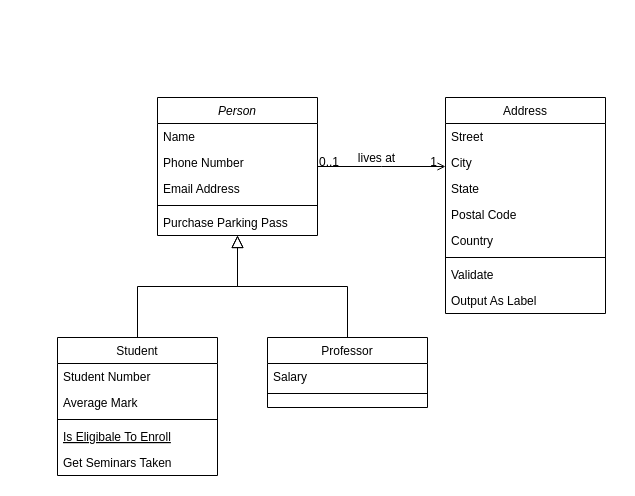
The draw.io diagram Untitled Diagram.drawio in giuliacangani02/Panteologia, before the edit. Source tidied: cells renumbered, new cells numbered last; positions are measured from the earlier drawing's top-left corner, leaving out a move shared by most shapes. Both pictures are drawn from the tidied source at 100%, with x=0, y=0 at pixel (57, 97).
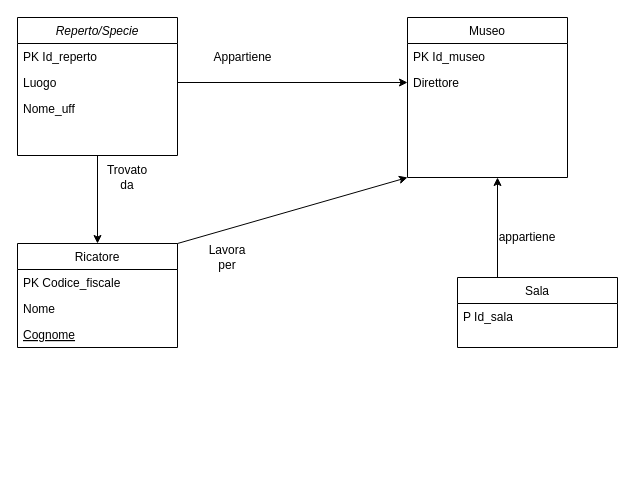
Above is the later version.

The edit, as a diff of the source:
```diff
@@
-    <mxCell id="2" value="Person" style="swimlane;fontStyle=2;align=center;verticalAlign=top;horizontal=1;startSize=26;rounded=0;shadow=0;strokeWidth=1;" parent="1" vertex="1">
-      <mxGeometry x="100" width="160" height="138" as="geometry" />
+    <mxCell id="2" value="Reperto/Specie" style="swimlane;fontStyle=2;align=center;verticalAlign=top;horizontal=1;startSize=26;rounded=0;shadow=0;strokeWidth=1;" parent="1" vertex="1">
+      <mxGeometry x="-40" y="-80" width="160" height="138" as="geometry" />
     </mxCell>
-    <mxCell id="3" value="Name" style="text;align=left;verticalAlign=top;spacingLeft=4;spacingRight=4;overflow=hidden;" parent="2" vertex="1">
+    <mxCell id="3" value="PK Id_reperto" style="text;align=left;verticalAlign=top;spacingLeft=4;spacingRight=4;overflow=hidden;" parent="2" vertex="1">
       <mxGeometry y="26" width="160" height="26" as="geometry" />
     </mxCell>
-    <mxCell id="4" value="Phone Number" style="text;align=left;verticalAlign=top;spacingLeft=4;spacingRight=4;overflow=hidden;points=[[0,0.5],[1,0.5]];portConstraint=eastwest;rounded=0;shadow=0;html=0;" parent="2" vertex="1">
+    <mxCell id="4" value="Luogo" style="text;align=left;verticalAlign=top;spacingLeft=4;spacingRight=4;overflow=hidden;points=[[0,0.5],[1,0.5]];portConstraint=eastwest;rounded=0;shadow=0;html=0;" parent="2" vertex="1">
       <mxGeometry y="52" width="160" height="26" as="geometry" />
     </mxCell>
-    <mxCell id="5" value="Email Address" style="text;align=left;verticalAlign=top;spacingLeft=4;spacingRight=4;overflow=hidden;rounded=0;shadow=0;html=0;" parent="2" vertex="1">
-      <mxGeometry y="78" width="160" height="26" as="geometry" />
-    </mxCell>
-    <mxCell id="6" style="line;html=1;strokeWidth=1;align=left;verticalAlign=middle;spacingTop=-1;spacingLeft=3;spacingRight=3;labelPosition=right;" parent="2" vertex="1">
-      <mxGeometry y="104" width="160" height="8" as="geometry" />
-    </mxCell>
-    <mxCell id="7" value="Purchase Parking Pass" style="text;align=left;verticalAlign=top;spacingLeft=4;spacingRight=4;overflow=hidden;" parent="2" vertex="1">
-      <mxGeometry y="112" width="160" height="26" as="geometry" />
+    <mxCell id="7" value="Nome_uff" style="text;align=left;verticalAlign=top;spacingLeft=4;spacingRight=4;overflow=hidden;" parent="2" vertex="1">
+      <mxGeometry y="78" width="160" height="52" as="geometry" />
     </mxCell>
-    <mxCell id="8" value="Student" style="swimlane;fontStyle=0;align=center;verticalAlign=top;horizontal=1;startSize=26;rounded=0;shadow=0;strokeWidth=1;" parent="1" vertex="1">
-      <mxGeometry y="240" width="160" height="138" as="geometry" />
+    <mxCell id="8" value="Ricatore" style="swimlane;fontStyle=0;align=center;verticalAlign=top;horizontal=1;startSize=26;rounded=0;shadow=0;strokeWidth=1;" parent="1" vertex="1">
+      <mxGeometry x="-40" y="146" width="160" height="104" as="geometry" />
     </mxCell>
-    <mxCell id="9" value="Student Number" style="text;align=left;verticalAlign=top;spacingLeft=4;spacingRight=4;overflow=hidden;" parent="8" vertex="1">
+    <mxCell id="9" value="PK Codice_fiscale" style="text;align=left;verticalAlign=top;spacingLeft=4;spacingRight=4;overflow=hidden;" parent="8" vertex="1">
       <mxGeometry y="26" width="160" height="26" as="geometry" />
     </mxCell>
-    <mxCell id="10" value="Average Mark" style="text;align=left;verticalAlign=top;spacingLeft=4;spacingRight=4;overflow=hidden;rounded=0;shadow=0;html=0;" parent="8" vertex="1">
+    <mxCell id="10" value="Nome" style="text;align=left;verticalAlign=top;spacingLeft=4;spacingRight=4;overflow=hidden;rounded=0;shadow=0;html=0;" parent="8" vertex="1">
       <mxGeometry y="52" width="160" height="26" as="geometry" />
     </mxCell>
-    <mxCell id="11" style="line;html=1;strokeWidth=1;align=left;verticalAlign=middle;spacingTop=-1;spacingLeft=3;spacingRight=3;labelPosition=right;" parent="8" vertex="1">
-      <mxGeometry y="78" width="160" height="8" as="geometry" />
-    </mxCell>
-    <mxCell id="12" value="Is Eligibale To Enroll" style="text;align=left;verticalAlign=top;spacingLeft=4;spacingRight=4;overflow=hidden;fontStyle=4;" parent="8" vertex="1">
-      <mxGeometry y="86" width="160" height="26" as="geometry" />
+    <mxCell id="12" value="Cognome" style="text;align=left;verticalAlign=top;spacingLeft=4;spacingRight=4;overflow=hidden;fontStyle=4;" parent="8" vertex="1">
+      <mxGeometry y="78" width="160" height="26" as="geometry" />
     </mxCell>
-    <mxCell id="13" value="Get Seminars Taken" style="text;align=left;verticalAlign=top;spacingLeft=4;spacingRight=4;overflow=hidden;" parent="8" vertex="1">
-      <mxGeometry y="112" width="160" height="26" as="geometry" />
-    </mxCell>
-    <mxCell id="14" style="endArrow=block;endSize=10;endFill=0;shadow=0;strokeWidth=1;rounded=0;edgeStyle=elbowEdgeStyle;elbow=vertical;" parent="1" edge="1" source="8" target="2">
-      <mxGeometry relative="1" as="geometry" />
-    </mxCell>
-    <mxCell id="15" value="Professor" style="swimlane;fontStyle=0;align=center;verticalAlign=top;horizontal=1;startSize=26;rounded=0;shadow=0;strokeWidth=1;" parent="1" vertex="1">
-      <mxGeometry x="210" y="240" width="160" height="70" as="geometry" />
+    <mxCell id="15" value="Sala" style="swimlane;fontStyle=0;align=center;verticalAlign=top;horizontal=1;startSize=26;rounded=0;shadow=0;strokeWidth=1;" parent="1" vertex="1">
+      <mxGeometry x="400" y="180" width="160" height="70" as="geometry" />
     </mxCell>
-    <mxCell id="16" value="Salary" style="text;align=left;verticalAlign=top;spacingLeft=4;spacingRight=4;overflow=hidden;" parent="15" vertex="1">
+    <mxCell id="16" value="P Id_sala" style="text;align=left;verticalAlign=top;spacingLeft=4;spacingRight=4;overflow=hidden;" parent="15" vertex="1">
       <mxGeometry y="26" width="160" height="26" as="geometry" />
     </mxCell>
-    <mxCell id="17" style="line;html=1;strokeWidth=1;align=left;verticalAlign=middle;spacingTop=-1;spacingLeft=3;spacingRight=3;labelPosition=right;" parent="15" vertex="1">
-      <mxGeometry y="52" width="160" height="8" as="geometry" />
-    </mxCell>
-    <mxCell id="18" style="endArrow=block;endSize=10;endFill=0;shadow=0;strokeWidth=1;rounded=0;edgeStyle=elbowEdgeStyle;elbow=vertical;" parent="1" edge="1" source="15" target="2">
-      <mxGeometry relative="1" as="geometry" />
-    </mxCell>
-    <mxCell id="19" value="Address" style="swimlane;fontStyle=0;align=center;verticalAlign=top;horizontal=1;startSize=26;rounded=0;shadow=0;strokeWidth=1;" parent="1" vertex="1">
-      <mxGeometry x="388" width="160" height="216" as="geometry" />
+    <mxCell id="19" value="Museo" style="swimlane;fontStyle=0;align=center;verticalAlign=top;horizontal=1;startSize=26;rounded=0;shadow=0;strokeWidth=1;" parent="1" vertex="1">
+      <mxGeometry x="350" y="-80" width="160" height="160" as="geometry" />
     </mxCell>
-    <mxCell id="20" value="Street" style="text;align=left;verticalAlign=top;spacingLeft=4;spacingRight=4;overflow=hidden;" parent="19" vertex="1">
+    <mxCell id="20" value="PK Id_museo" style="text;align=left;verticalAlign=top;spacingLeft=4;spacingRight=4;overflow=hidden;" parent="19" vertex="1">
       <mxGeometry y="26" width="160" height="26" as="geometry" />
     </mxCell>
-    <mxCell id="21" value="City" style="text;align=left;verticalAlign=top;spacingLeft=4;spacingRight=4;overflow=hidden;points=[[0,0.5],[1,0.5]];portConstraint=eastwest;rounded=0;shadow=0;html=0;" parent="19" vertex="1">
+    <mxCell id="21" value="Direttore" style="text;align=left;verticalAlign=top;spacingLeft=4;spacingRight=4;overflow=hidden;points=[[0,0.5],[1,0.5]];portConstraint=eastwest;rounded=0;shadow=0;html=0;" parent="19" vertex="1">
       <mxGeometry y="52" width="160" height="26" as="geometry" />
     </mxCell>
-    <mxCell id="22" value="State" style="text;align=left;verticalAlign=top;spacingLeft=4;spacingRight=4;overflow=hidden;rounded=0;shadow=0;html=0;" parent="19" vertex="1">
-      <mxGeometry y="78" width="160" height="26" as="geometry" />
-    </mxCell>
-    <mxCell id="23" value="Postal Code" style="text;align=left;verticalAlign=top;spacingLeft=4;spacingRight=4;overflow=hidden;rounded=0;shadow=0;html=0;" parent="19" vertex="1">
-      <mxGeometry y="104" width="160" height="26" as="geometry" />
-    </mxCell>
-    <mxCell id="24" value="Country" style="text;align=left;verticalAlign=top;spacingLeft=4;spacingRight=4;overflow=hidden;rounded=0;shadow=0;html=0;" parent="19" vertex="1">
-      <mxGeometry y="130" width="160" height="26" as="geometry" />
-    </mxCell>
-    <mxCell id="25" style="line;html=1;strokeWidth=1;align=left;verticalAlign=middle;spacingTop=-1;spacingLeft=3;spacingRight=3;labelPosition=right;" parent="19" vertex="1">
-      <mxGeometry y="156" width="160" height="8" as="geometry" />
-    </mxCell>
-    <mxCell id="26" value="Validate" style="text;align=left;verticalAlign=top;spacingLeft=4;spacingRight=4;overflow=hidden;" parent="19" vertex="1">
-      <mxGeometry y="164" width="160" height="26" as="geometry" />
-    </mxCell>
-    <mxCell id="27" value="Output As Label" style="text;align=left;verticalAlign=top;spacingLeft=4;spacingRight=4;overflow=hidden;" parent="19" vertex="1">
-      <mxGeometry y="190" width="160" height="26" as="geometry" />
-    </mxCell>
-    <mxCell id="28" style="endArrow=open;shadow=0;strokeWidth=1;rounded=0;endFill=1;edgeStyle=elbowEdgeStyle;elbow=vertical;" parent="1" edge="1" source="2" target="19">
-      <mxGeometry x="0.5" y="41" relative="1" as="geometry">
-        <mxPoint x="-40" y="32" as="offset" />
-      </mxGeometry>
-    </mxCell>
-    <mxCell id="29" value="0..1" style="align=left;verticalAlign=bottom;labelBackgroundColor=none;fontSize=12;" parent="28" vertex="1">
-      <mxGeometry x="-1" relative="1" as="geometry">
-        <mxPoint y="4" as="offset" />
-      </mxGeometry>
-    </mxCell>
-    <mxCell id="30" value="1" style="align=right;verticalAlign=bottom;labelBackgroundColor=none;fontSize=12;" parent="28" vertex="1">
-      <mxGeometry x="1" relative="1" as="geometry">
-        <mxPoint x="-7" y="4" as="offset" />
-      </mxGeometry>
-    </mxCell>
-    <mxCell id="31" value="lives at" style="text;html=1;align=center;verticalAlign=middle;labelBackgroundColor=none;rounded=0;shadow=0;strokeWidth=1;fontSize=12;" parent="28" vertex="1">
-      <mxGeometry x="0.5" y="49" relative="1" as="geometry">
-        <mxPoint x="-38" y="40" as="offset" />
-      </mxGeometry>
-    </mxCell>
+    <mxCell id="32" style="endArrow=classic;html=1;exitX=0.5;exitY=1;exitDx=0;exitDy=0;entryX=0.5;entryY=0;entryDx=0;entryDy=0;" parent="1" edge="1" source="2" target="8">
+      <mxGeometry relative="1" as="geometry" />
+    </mxCell>
+    <mxCell id="33" style="endArrow=classic;html=1;exitX=1;exitY=0;exitDx=0;exitDy=0;entryX=0;entryY=1;entryDx=0;entryDy=0;" parent="1" edge="1" source="8" target="19">
+      <mxGeometry relative="1" as="geometry" />
+    </mxCell>
+    <mxCell id="34" style="endArrow=classic;html=1;exitX=0.25;exitY=0;exitDx=0;exitDy=0;" parent="1" edge="1" source="15">
+      <mxGeometry relative="1" as="geometry">
+        <mxPoint x="440" y="80" as="targetPoint" />
+      </mxGeometry>
+    </mxCell>
+    <mxCell id="35" value="appartiene" style="text;html=1;strokeColor=none;fillColor=none;align=center;verticalAlign=middle;whiteSpace=wrap;rounded=0;" parent="1" vertex="1">
+      <mxGeometry x="450" y="130" width="40" height="20" as="geometry" />
+    </mxCell>
+    <mxCell id="36" value="Lavora per" style="text;html=1;strokeColor=none;fillColor=none;align=center;verticalAlign=middle;whiteSpace=wrap;rounded=0;" parent="1" vertex="1">
+      <mxGeometry x="150" y="150" width="40" height="20" as="geometry" />
+    </mxCell>
+    <mxCell id="37" value="Appartiene" style="text;html=1;align=center;verticalAlign=middle;" parent="1" vertex="1">
+      <mxGeometry x="150" y="-50" width="70" height="20" as="geometry" />
+    </mxCell>
+    <mxCell id="38" style="endArrow=classic;html=1;exitX=1;exitY=0.5;exitDx=0;exitDy=0;entryX=0;entryY=0.5;entryDx=0;entryDy=0;" parent="1" edge="1" source="4" target="21">
+      <mxGeometry relative="1" as="geometry" />
+    </mxCell>
+    <mxCell id="39" value="Trovato da" style="text;html=1;strokeColor=none;fillColor=none;align=center;verticalAlign=middle;whiteSpace=wrap;rounded=0;" parent="1" vertex="1">
+      <mxGeometry x="50" y="70" width="40" height="20" as="geometry" />
+    </mxCell>
```
